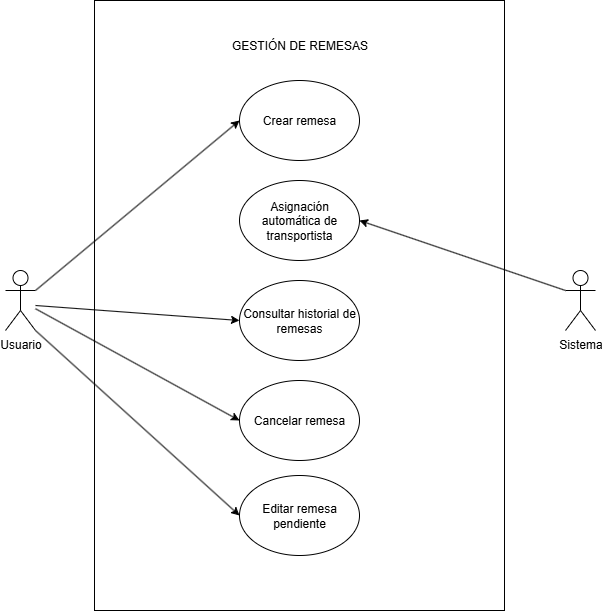
The draw.io diagram Memoria/imagenes/Analisis/gestionderemesas.png in Juanjomrtz19/Trabajo-de-fin-de-grado-BlockTrack, before a commit. Source tidied: cells renumbered, new cells last; positions are measured from the earlier drawing's top-left corner, leaving out a move shared by most shapes.
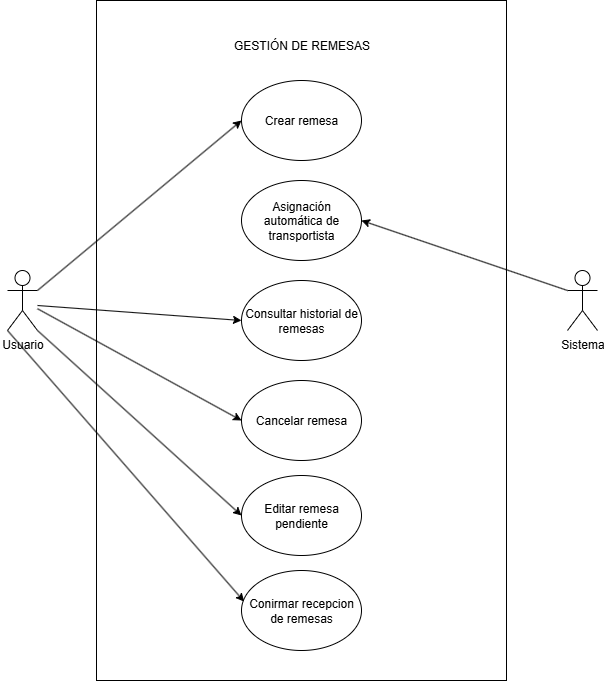
After the change.

What changed in the source:
```diff
@@ -3,7 +3,7 @@
     <mxCell id="0" />
     <mxCell id="1" parent="0" />
     <mxCell id="2" style="rounded=0;whiteSpace=wrap;html=1;" parent="1" vertex="1">
-      <mxGeometry x="89" width="410" height="610" as="geometry" />
+      <mxGeometry x="89" width="410" height="680" as="geometry" />
     </mxCell>
     <mxCell id="3" value="GESTIÓN DE REMESAS" style="text;html=1;align=center;verticalAlign=middle;strokeColor=none;fillColor=none;" parent="1" vertex="1">
       <mxGeometry x="214" y="30" width="160" height="30" as="geometry" />
@@ -50,5 +50,11 @@
     <mxCell id="15" style="endArrow=classic;html=1;rounded=0;entryX=1;entryY=0.5;entryDx=0;entryDy=0;exitX=0;exitY=0.3333333333333333;exitDx=0;exitDy=0;exitPerimeter=0;" parent="1" edge="1" source="10" target="5">
       <mxGeometry relative="1" as="geometry" />
     </mxCell>
+    <mxCell id="16" value="Conirmar recepcion de remesas" style="ellipse;whiteSpace=wrap;html=1;" parent="1" vertex="1">
+      <mxGeometry x="234" y="570" width="120" height="80" as="geometry" />
+    </mxCell>
+    <mxCell id="17" style="endArrow=classic;html=1;rounded=0;entryX=0.022;entryY=0.388;entryDx=0;entryDy=0;entryPerimeter=0;exitX=0;exitY=1;exitDx=0;exitDy=0;exitPerimeter=0;" parent="1" edge="1" source="9" target="16">
+      <mxGeometry relative="1" as="geometry" />
+    </mxCell>
   </root>
 </mxGraphModel>
```
